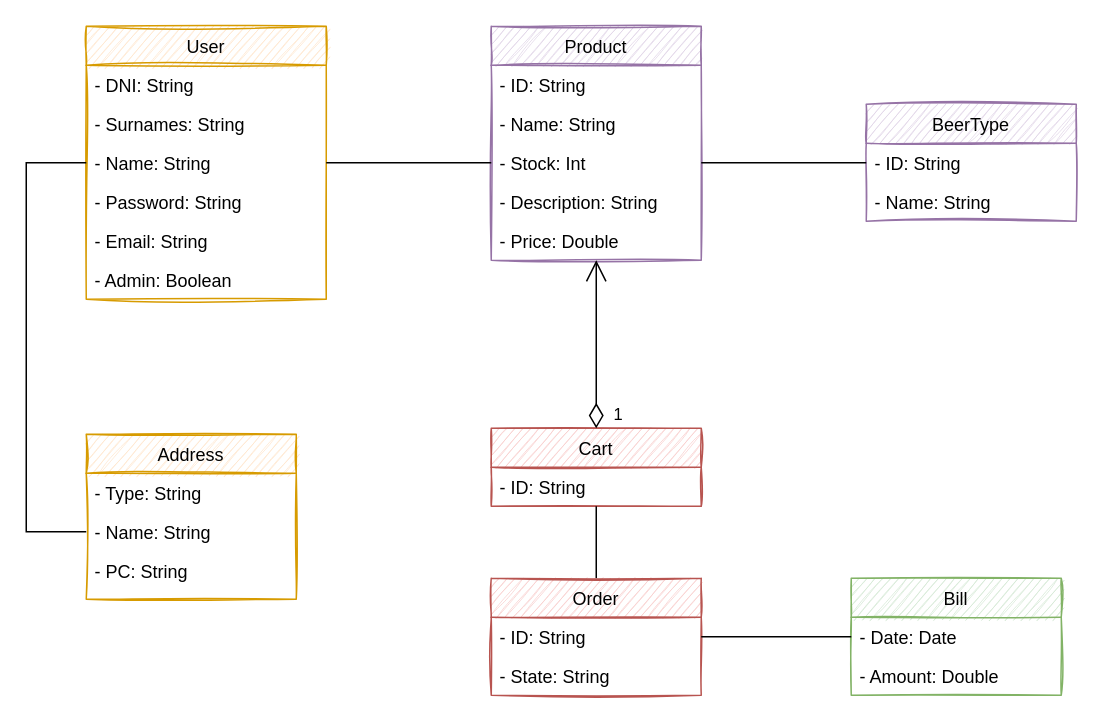
JosueGarciaAsensi/DSS keeps this draw.io diagram as _documentacion/diagrama.drawio. Above is the earlier version. Source tidied: cells renumbered, new cells numbered last; positions are measured from the earlier drawing's top-left corner, leaving out a move shared by most shapes. Both pictures are drawn from the tidied source at 150%, with x=0, y=0 at pixel (26, 26).
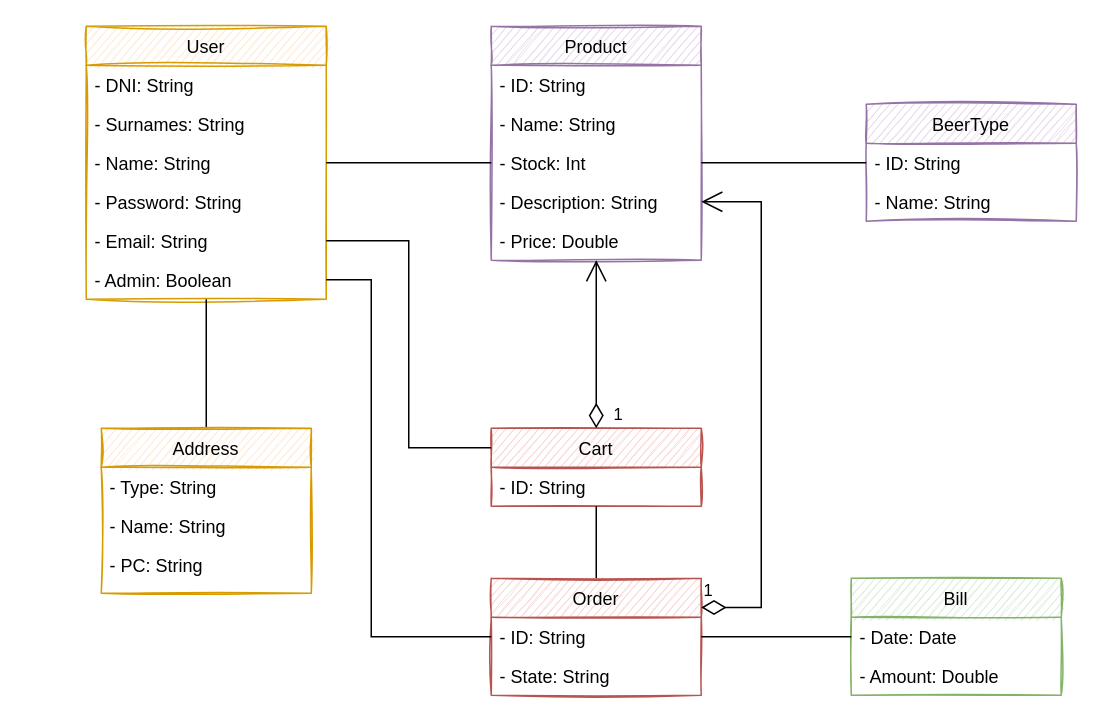
Above is the later version.

The change refers to these unchanged cells:
```xml
<mxCell id="2" value="User" style="swimlane;fontStyle=0;align=center;verticalAlign=top;horizontal=1;startSize=26;rounded=0;shadow=0;strokeWidth=1;fillColor=#ffe6cc;strokeColor=#d79b00;sketch=1;" parent="1" vertex="1">
  <mxGeometry x="40" width="160" height="182" as="geometry" />
</mxCell>
<mxCell id="5" value="- Name: String" style="text;align=left;verticalAlign=top;spacingLeft=4;spacingRight=4;overflow=hidden;points=[[0,0.5],[1,0.5]];portConstraint=eastwest;rounded=0;shadow=0;html=0;" parent="2" vertex="1">
  <mxGeometry y="78" width="160" height="26" as="geometry" />
</mxCell>
<mxCell id="7" value="- Email: String" style="text;align=left;verticalAlign=top;spacingLeft=4;spacingRight=4;overflow=hidden;points=[[0,0.5],[1,0.5]];portConstraint=eastwest;rounded=0;shadow=0;html=0;" parent="2" vertex="1">
  <mxGeometry y="130" width="160" height="26" as="geometry" />
</mxCell>
<mxCell id="8" value="- Admin: Boolean" style="text;align=left;verticalAlign=top;spacingLeft=4;spacingRight=4;overflow=hidden;points=[[0,0.5],[1,0.5]];portConstraint=eastwest;rounded=0;shadow=0;html=0;" parent="2" vertex="1">
  <mxGeometry y="156" width="160" height="26" as="geometry" />
</mxCell>
<mxCell id="11" value="- Name: String" style="text;strokeColor=none;fillColor=none;align=left;verticalAlign=top;spacingLeft=4;spacingRight=4;overflow=hidden;points=[[0,0.5],[1,0.5]];portConstraint=eastwest;" parent="9" vertex="1">
  <mxGeometry y="52" width="140" height="26" as="geometry" />
</mxCell>
<mxCell id="17" value="- Description: String" style="text;strokeColor=none;fillColor=none;align=left;verticalAlign=top;spacingLeft=4;spacingRight=4;overflow=hidden;points=[[0,0.5],[1,0.5]];portConstraint=eastwest;" parent="13" vertex="1">
  <mxGeometry y="104" width="140" height="26" as="geometry" />
</mxCell>
<mxCell id="22" value="Cart" style="swimlane;fontStyle=0;horizontal=1;startSize=26;fillColor=#f8cecc;strokeColor=#b85450;sketch=1;" parent="1" vertex="1">
  <mxGeometry x="310" y="268" width="140" height="52" as="geometry" />
</mxCell>
<mxCell id="25" value="Order" style="swimlane;fontStyle=0;horizontal=1;startSize=26;fillColor=#f8cecc;strokeColor=#b85450;sketch=1;" parent="1" vertex="1">
  <mxGeometry x="310" y="368" width="140" height="78" as="geometry" />
</mxCell>
<mxCell id="26" value="- ID: String" style="text;strokeColor=none;fillColor=none;align=left;verticalAlign=top;spacingLeft=4;spacingRight=4;overflow=hidden;points=[[0,0.5],[1,0.5]];portConstraint=eastwest;" parent="25" vertex="1">
  <mxGeometry y="26" width="140" height="26" as="geometry" />
</mxCell>
```

Change to the diagram source:
```diff
@@
+    <mxCell id="36" style="edgeStyle=orthogonalEdgeStyle;rounded=0;jettySize=auto;html=1;exitX=0.5;exitY=0;exitDx=0;exitDy=0;endArrow=none;endFill=0;" parent="1" edge="1" source="9" target="2">
+      <mxGeometry relative="1" as="geometry" />
+    </mxCell>
     <mxCell id="9" value="Address" style="swimlane;fontStyle=0;horizontal=1;startSize=26;fillColor=#ffe6cc;strokeColor=#d79b00;sketch=1;" parent="1" vertex="1">
-      <mxGeometry x="40" y="272" width="140" height="110" as="geometry" />
+      <mxGeometry x="50" y="268" width="140" height="110" as="geometry" />
     </mxCell>
@@
-    <mxCell id="32" style="edgeStyle=orthogonalEdgeStyle;rounded=0;jettySize=auto;html=1;exitX=0;exitY=0.5;exitDx=0;exitDy=0;entryX=0;entryY=0.5;entryDx=0;entryDy=0;endArrow=none;endFill=0;" parent="1" edge="1" source="5" target="11">
-      <mxGeometry relative="1" as="geometry">
-        <Array as="points">
-          <mxPoint y="91" />
-          <mxPoint y="337" />
-        </Array>
-      </mxGeometry>
-    </mxCell>
@@
+    <mxCell id="37" style="edgeStyle=orthogonalEdgeStyle;rounded=0;jettySize=auto;html=1;exitX=1;exitY=0.5;exitDx=0;exitDy=0;entryX=0;entryY=0.25;entryDx=0;entryDy=0;endArrow=none;endFill=0;" parent="1" edge="1" source="7" target="22">
+      <mxGeometry relative="1" as="geometry" />
+    </mxCell>
+    <mxCell id="38" style="edgeStyle=orthogonalEdgeStyle;rounded=0;jettySize=auto;html=1;exitX=1;exitY=0.5;exitDx=0;exitDy=0;entryX=0;entryY=0.5;entryDx=0;entryDy=0;endArrow=none;endFill=0;" parent="1" edge="1" source="8" target="26">
+      <mxGeometry relative="1" as="geometry">
+        <Array as="points">
+          <mxPoint x="230" y="169" />
+          <mxPoint x="230" y="407" />
+        </Array>
+      </mxGeometry>
+    </mxCell>
+    <mxCell id="39" value="1" style="endArrow=open;html=1;endSize=12;startArrow=diamondThin;startSize=14;startFill=0;edgeStyle=orthogonalEdgeStyle;align=left;verticalAlign=bottom;rounded=0;exitX=1;exitY=0.25;exitDx=0;exitDy=0;entryX=1;entryY=0.5;entryDx=0;entryDy=0;" parent="1" edge="1" source="25" target="17">
+      <mxGeometry x="-1" y="3" relative="1" as="geometry">
+        <Array as="points">
+          <mxPoint x="490" y="388" />
+          <mxPoint x="490" y="117" />
+        </Array>
+      </mxGeometry>
+    </mxCell>
```
